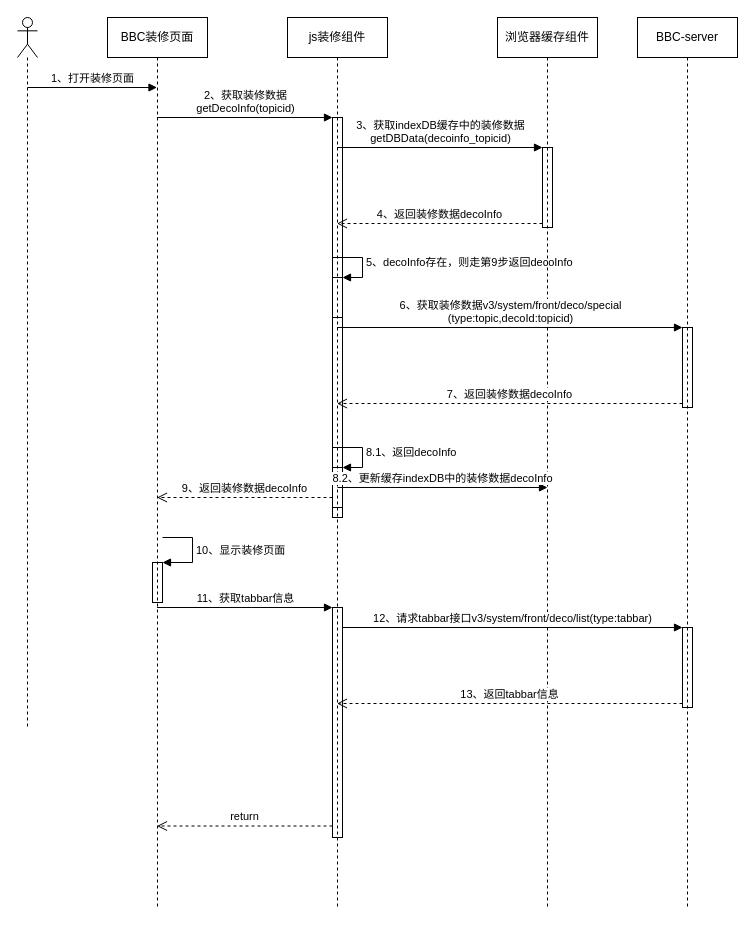
Before: page "装修页面数据加载流程" (6 of 6) of B+.drawio in huturenji/drawio, a draw.io diagram. Source tidied: cells renumbered, new cells numbered last; positions are measured from the earlier drawing's top-left corner, leaving out a move shared by most shapes. Both pictures are drawn from the tidied source at 100%, with x=0, y=0 at pixel (17, 17).
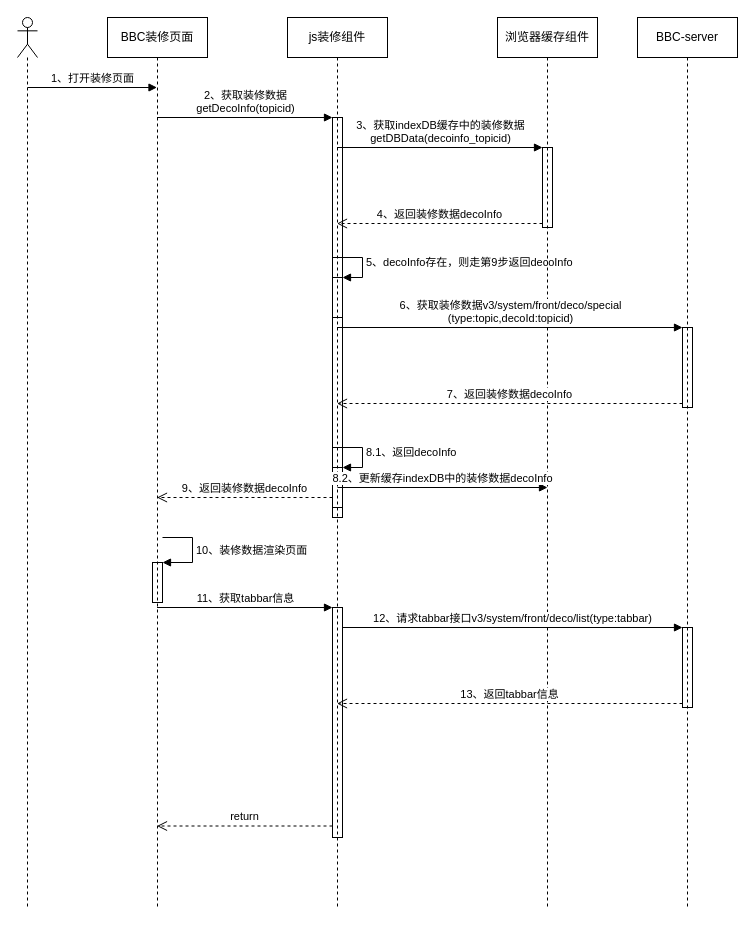
After the change.

Unchanged cells that the change refers to:
```xml
<mxCell id="4" value="BBC装修页面" style="shape=umlLifeline;perimeter=lifelinePerimeter;whiteSpace=wrap;html=1;outlineConnect=0;fillColor=none;" parent="1" vertex="1">
  <mxGeometry x="90" width="100" height="890" as="geometry" />
</mxCell>
<mxCell id="5" style="html=1;points=[];perimeter=orthogonalPerimeter;fillColor=none;" parent="4" vertex="1">
  <mxGeometry x="45" y="545" width="10" height="40" as="geometry" />
</mxCell>
```

Change to the diagram source:
```diff
@@
     <mxCell id="2" style="shape=umlLifeline;participant=umlActor;perimeter=lifelinePerimeter;whiteSpace=wrap;html=1;verticalAlign=top;spacingTop=36;fillColor=none;" parent="1" vertex="1">
-      <mxGeometry width="20" height="710" as="geometry" />
+      <mxGeometry width="20" height="890" as="geometry" />
     </mxCell>
@@
-    <mxCell id="6" value="10、显示装修页面" style="edgeStyle=orthogonalEdgeStyle;html=1;align=left;spacingLeft=2;endArrow=block;rounded=0;entryX=1;entryY=0;" parent="4" edge="1" target="5">
+    <mxCell id="6" value="10、装修数据渲染页面" style="edgeStyle=orthogonalEdgeStyle;html=1;align=left;spacingLeft=2;endArrow=block;rounded=0;entryX=1;entryY=0;" parent="4" edge="1" target="5">
       <mxGeometry relative="1" as="geometry">
         <mxPoint x="55" y="520" as="sourcePoint" />
         <Array as="points">
           <mxPoint x="85" y="520" />
         </Array>
       </mxGeometry>
     </mxCell>
```
